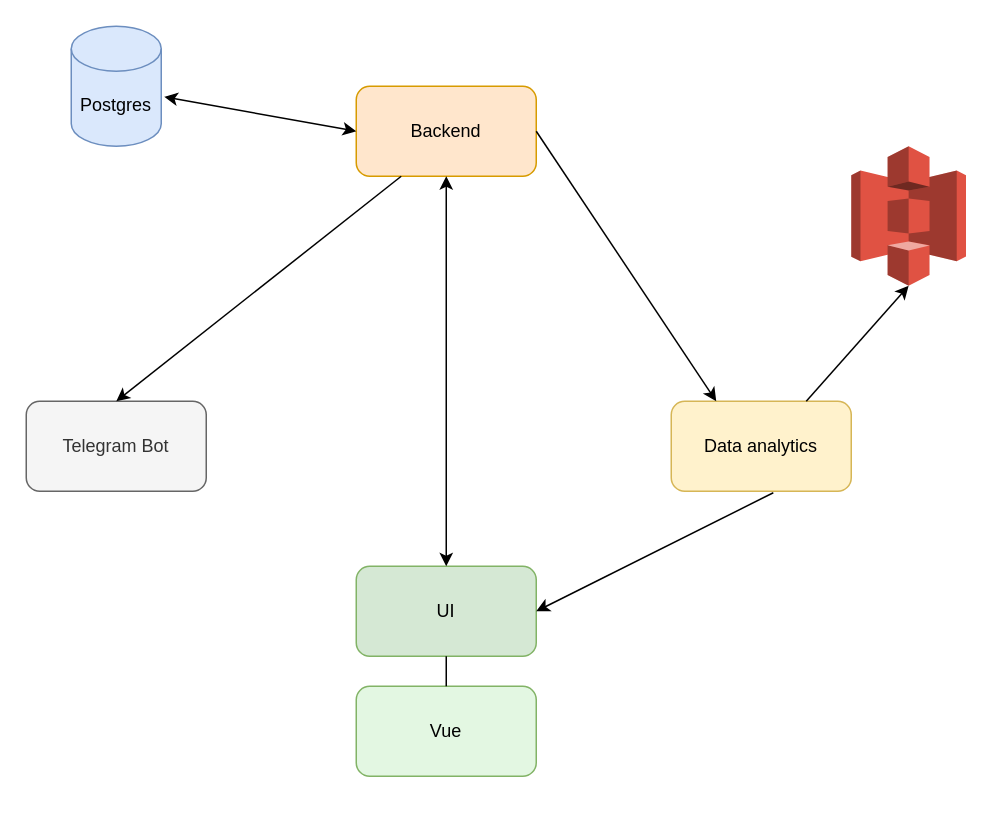
Above: docs/financial_assistant.drawio.xml in daniilmotsniy/FinancialAssistantBot (draw.io), before the change. Source tidied: cells renumbered, new cells numbered last; positions are measured from the earlier drawing's top-left corner, leaving out a move shared by most shapes. Both pictures are drawn from the tidied source at 150%, with x=0, y=0 at pixel (26, 26).
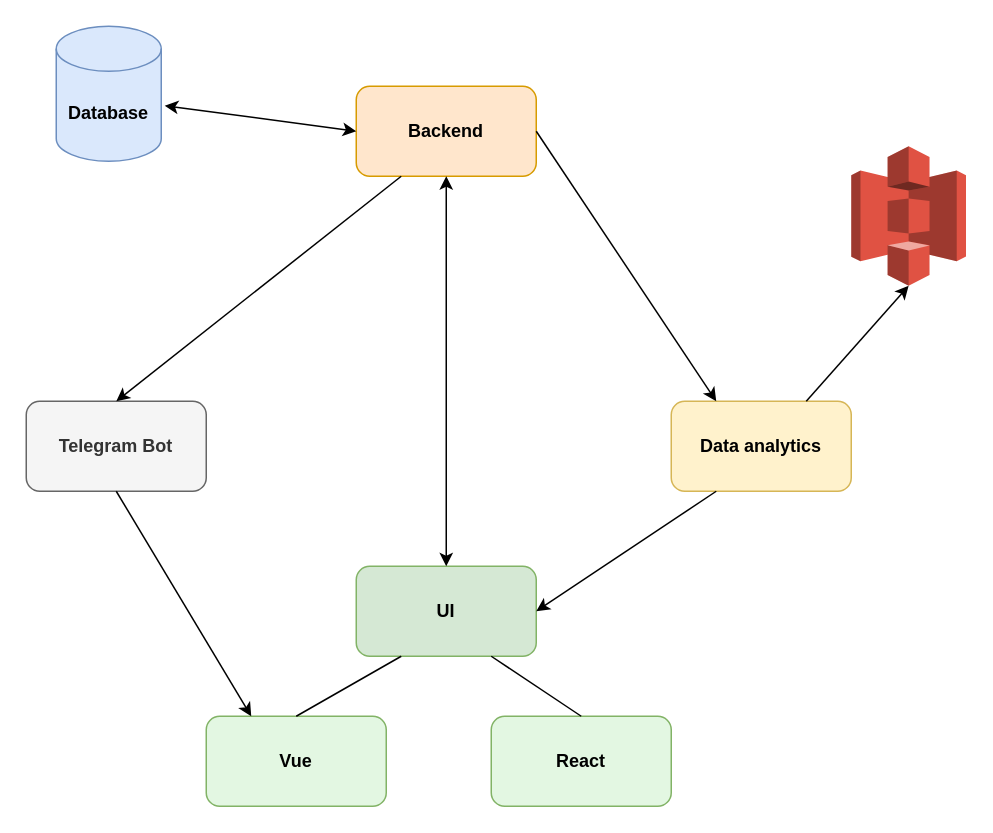
After the change.

Diff of the diagram source:
```diff
@@
 <mxGraphModel>
   <root>
     <mxCell id="0" />
     <mxCell id="1" parent="0" />
-    <mxCell id="2" value="Backend" style="rounded=1;whiteSpace=wrap;html=1;fillColor=#ffe6cc;strokeColor=#d79b00;" parent="1" vertex="1">
+    <mxCell id="2" value="Backend" style="rounded=1;whiteSpace=wrap;html=1;fillColor=#ffe6cc;strokeColor=#d79b00;fontStyle=1;" parent="1" vertex="1">
       <mxGeometry x="220" y="40" width="120" height="60" as="geometry" />
     </mxCell>
-    <mxCell id="3" value="UI" style="rounded=1;whiteSpace=wrap;html=1;fillColor=#d5e8d4;strokeColor=#82b366;" parent="1" vertex="1">
+    <mxCell id="3" value="UI" style="rounded=1;whiteSpace=wrap;html=1;fillColor=#d5e8d4;strokeColor=#82b366;fontStyle=1;" parent="1" vertex="1">
       <mxGeometry x="220" y="360" width="120" height="60" as="geometry" />
     </mxCell>
-    <mxCell id="4" value="Data analytics" style="rounded=1;whiteSpace=wrap;html=1;fillColor=#fff2cc;strokeColor=#d6b656;" parent="1" vertex="1">
+    <mxCell id="4" value="Data analytics" style="rounded=1;whiteSpace=wrap;html=1;fillColor=#fff2cc;strokeColor=#d6b656;fontStyle=1;" parent="1" vertex="1">
       <mxGeometry x="430" y="250" width="120" height="60" as="geometry" />
     </mxCell>
-    <mxCell id="5" value="&lt;div&gt;Telegram Bot&lt;/div&gt;" style="rounded=1;whiteSpace=wrap;html=1;fillColor=#f5f5f5;strokeColor=#666666;fontColor=#333333;" parent="1" vertex="1">
+    <mxCell id="5" value="&lt;div&gt;Telegram Bot&lt;/div&gt;" style="rounded=1;whiteSpace=wrap;html=1;fillColor=#f5f5f5;strokeColor=#666666;fontColor=#333333;fontStyle=1;" parent="1" vertex="1">
       <mxGeometry y="250" width="120" height="60" as="geometry" />
     </mxCell>
     <mxCell id="6" style="endArrow=classic;html=1;exitX=0.25;exitY=1;exitDx=0;exitDy=0;entryX=0.5;entryY=0;entryDx=0;entryDy=0;" parent="1" edge="1" source="2" target="5">
       <mxGeometry relative="1" as="geometry" />
     </mxCell>
     <mxCell id="7" style="endArrow=classic;startArrow=classic;html=1;exitX=0.5;exitY=0;exitDx=0;exitDy=0;" parent="1" edge="1" source="3">
       <mxGeometry relative="1" as="geometry">
         <mxPoint x="280" y="100" as="targetPoint" />
       </mxGeometry>
     </mxCell>
     <mxCell id="8" style="endArrow=classic;html=1;exitX=1;exitY=0.5;exitDx=0;exitDy=0;entryX=0.25;entryY=0;entryDx=0;entryDy=0;" parent="1" edge="1" source="2" target="4">
       <mxGeometry relative="1" as="geometry" />
     </mxCell>
-    <mxCell id="9" style="endArrow=classic;html=1;exitX=0.567;exitY=1.017;exitDx=0;exitDy=0;exitPerimeter=0;entryX=1;entryY=0.5;entryDx=0;entryDy=0;" parent="1" edge="1" source="4" target="3">
+    <mxCell id="9" style="endArrow=classic;html=1;exitX=0.25;exitY=1;exitDx=0;exitDy=0;entryX=1;entryY=0.5;entryDx=0;entryDy=0;" parent="1" edge="1" source="4" target="3">
       <mxGeometry relative="1" as="geometry" />
     </mxCell>
-    <mxCell id="10" value="Postgres" style="shape=cylinder3;whiteSpace=wrap;html=1;boundedLbl=1;backgroundOutline=1;size=15;fillColor=#dae8fc;strokeColor=#6c8ebf;" parent="1" vertex="1">
-      <mxGeometry x="30" width="60" height="80" as="geometry" />
+    <mxCell id="10" value="Database" style="shape=cylinder3;whiteSpace=wrap;html=1;boundedLbl=1;backgroundOutline=1;size=15;fillColor=#dae8fc;strokeColor=#6c8ebf;fontStyle=1;" parent="1" vertex="1">
+      <mxGeometry x="20" width="70" height="90" as="geometry" />
     </mxCell>
     <mxCell id="11" style="outlineConnect=0;dashed=0;verticalLabelPosition=bottom;verticalAlign=top;align=center;html=1;shape=mxgraph.aws3.s3;fillColor=#E05243;gradientColor=none;" parent="1" vertex="1">
       <mxGeometry x="550" y="80" width="76.5" height="93" as="geometry" />
     </mxCell>
     <mxCell id="12" style="endArrow=classic;html=1;exitX=0.75;exitY=0;exitDx=0;exitDy=0;entryX=0.5;entryY=1;entryDx=0;entryDy=0;entryPerimeter=0;" parent="1" edge="1" source="4" target="11">
       <mxGeometry relative="1" as="geometry" />
     </mxCell>
     <mxCell id="13" style="endArrow=classic;startArrow=classic;html=1;fontColor=#FFF5F5;exitX=1.033;exitY=0.588;exitDx=0;exitDy=0;exitPerimeter=0;entryX=0;entryY=0.5;entryDx=0;entryDy=0;" parent="1" edge="1" source="10" target="2">
       <mxGeometry relative="1" as="geometry" />
     </mxCell>
-    <mxCell id="14" value="Vue" style="rounded=1;whiteSpace=wrap;html=1;strokeColor=#82b366;fillColor=#E3F7E2;" parent="1" vertex="1">
-      <mxGeometry x="220" y="440" width="120" height="60" as="geometry" />
+    <mxCell id="14" value="Vue" style="rounded=1;whiteSpace=wrap;html=1;strokeColor=#82b366;fillColor=#E3F7E2;fontStyle=1;" parent="1" vertex="1">
+      <mxGeometry x="120" y="460" width="120" height="60" as="geometry" />
     </mxCell>
-    <mxCell id="15" style="endArrow=none;html=1;fontColor=#FFF5F5;exitX=0.5;exitY=0;exitDx=0;exitDy=0;entryX=0.5;entryY=1;entryDx=0;entryDy=0;" parent="1" edge="1" source="14" target="3">
+    <mxCell id="15" style="endArrow=none;html=1;fontColor=#FFF5F5;exitX=0.5;exitY=0;exitDx=0;exitDy=0;entryX=0.25;entryY=1;entryDx=0;entryDy=0;" parent="1" edge="1" source="14" target="3">
       <mxGeometry relative="1" as="geometry" />
     </mxCell>
+    <mxCell id="16" value="React" style="rounded=1;whiteSpace=wrap;html=1;strokeColor=#82b366;fillColor=#E3F7E2;fontStyle=1;" parent="1" vertex="1">
+      <mxGeometry x="310" y="460" width="120" height="60" as="geometry" />
+    </mxCell>
+    <mxCell id="17" style="endArrow=none;html=1;fontColor=#FFF5F5;exitX=0.5;exitY=0;exitDx=0;exitDy=0;entryX=0.75;entryY=1;entryDx=0;entryDy=0;" parent="1" edge="1" source="16" target="3">
+      <mxGeometry relative="1" as="geometry" />
+    </mxCell>
+    <mxCell id="18" style="endArrow=classic;html=1;fontColor=#FFF5F5;exitX=0.5;exitY=1;exitDx=0;exitDy=0;entryX=0.25;entryY=0;entryDx=0;entryDy=0;" parent="1" edge="1" source="5" target="14">
+      <mxGeometry relative="1" as="geometry" />
+    </mxCell>
   </root>
 </mxGraphModel>
```
